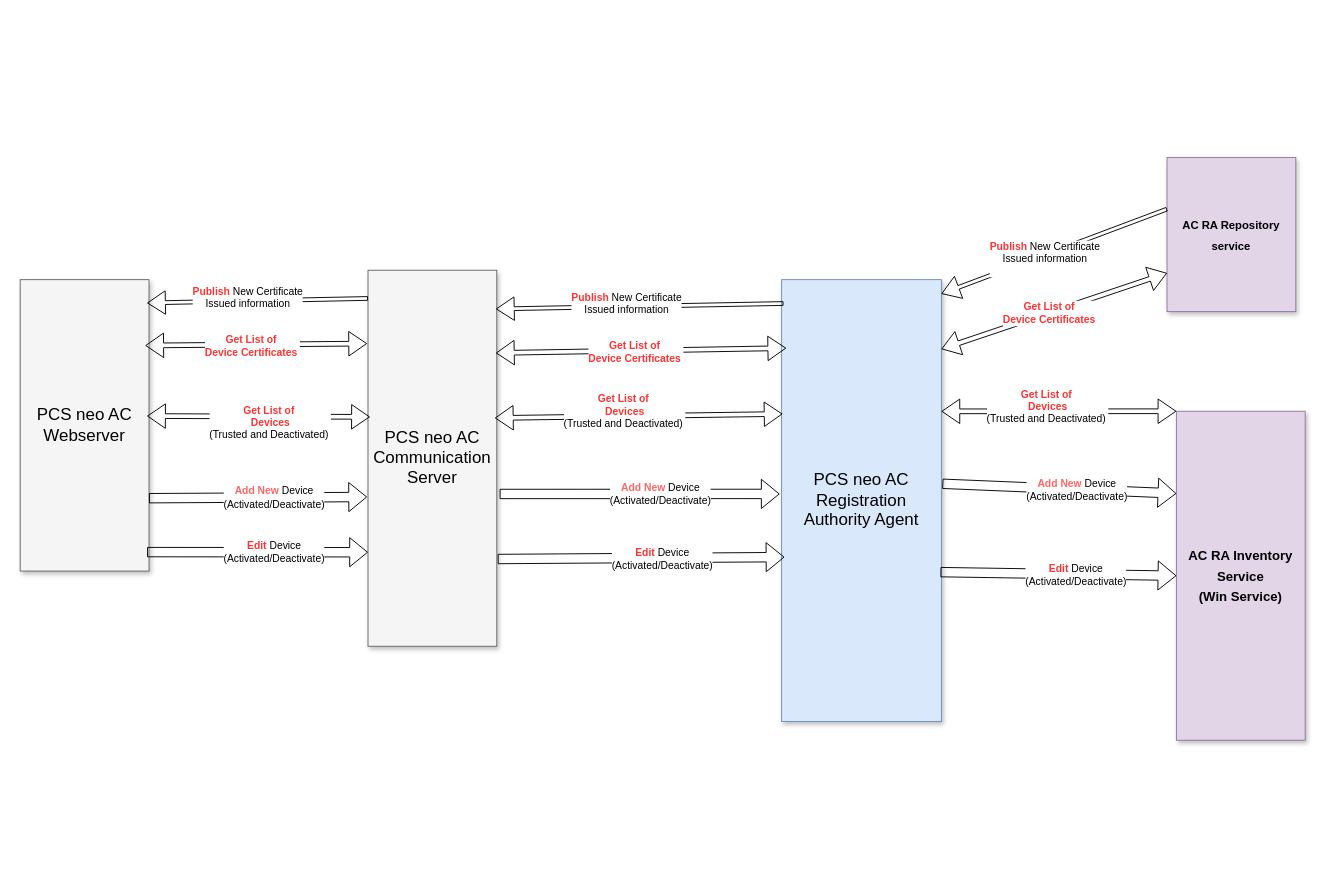
Above: PCS neo AC RA Agent.drawio in kcprad/PersonalProject (draw.io), before the change. Source tidied: cells renumbered, new cells numbered last; positions are measured from the earlier drawing's top-left corner, leaving out a move shared by most shapes. Both pictures are drawn from the tidied source at 94%, with x=0, y=0 at pixel (20, 157).
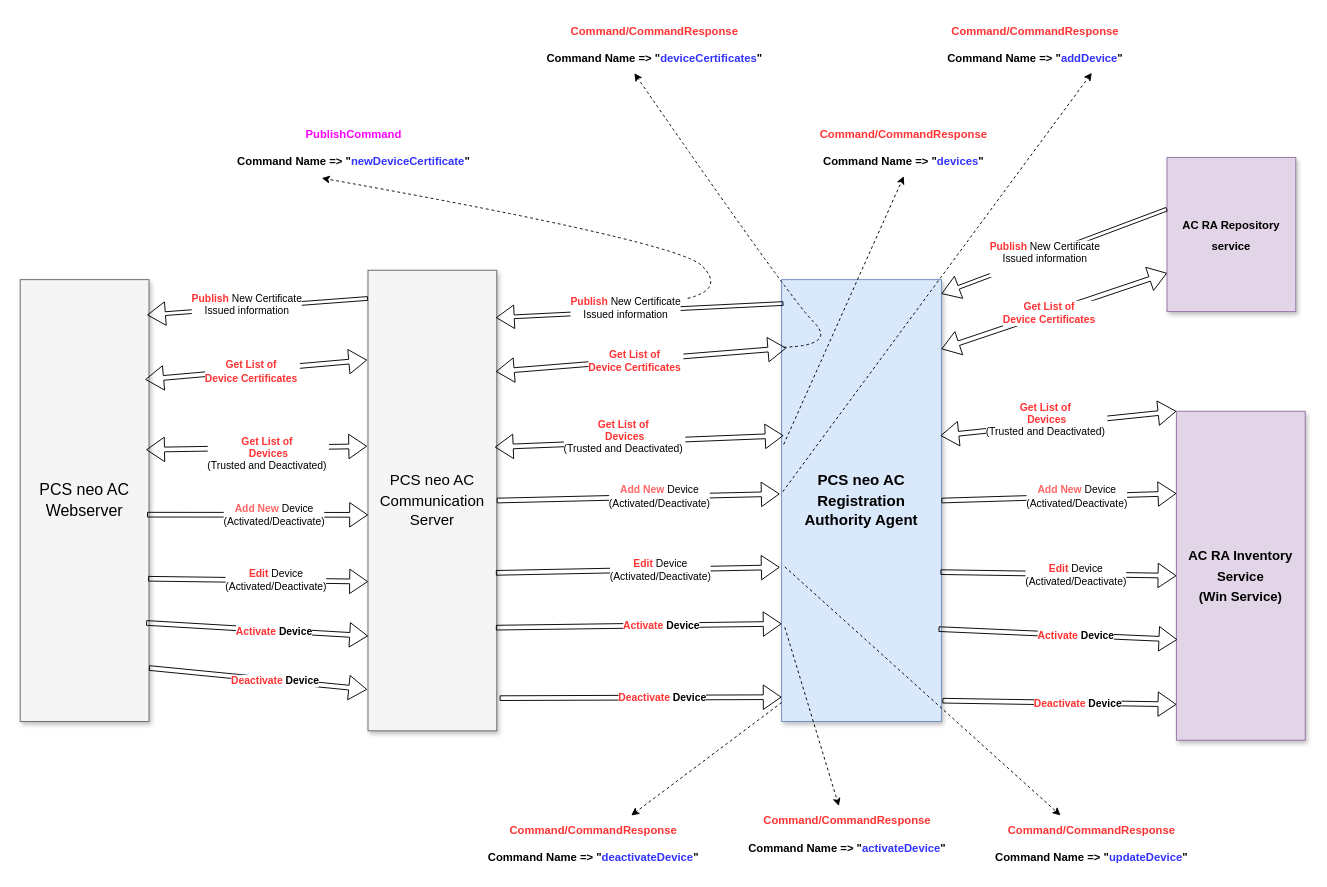
After the change.

Unchanged cells that the change refers to:
```xml
<mxCell id="5" value="&lt;div&gt;&lt;font style=&quot;font-size: 14px;&quot;&gt;&lt;b&gt;AC RA Inventory Service&lt;/b&gt;&lt;/font&gt;&lt;/div&gt;&lt;div&gt;&lt;font style=&quot;font-size: 14px;&quot;&gt;&lt;b&gt;(Win Service)&lt;/b&gt;&lt;/font&gt;&lt;/div&gt;" style="whiteSpace=wrap;html=1;shadow=1;fontSize=18;fillColor=#e1d5e7;strokeColor=#9673a6;" parent="1" vertex="1">
  <mxGeometry x="1230" y="270" width="137" height="350" as="geometry" />
</mxCell>
```

Change to the diagram source:
```diff
@@
-    <mxCell id="2" value="PCS neo AC Registration Authority Agent" style="whiteSpace=wrap;html=1;shadow=1;fontSize=18;fillColor=#dae8fc;strokeColor=#6c8ebf;" parent="1" vertex="1">
+    <mxCell id="2" value="&lt;font style=&quot;font-size: 16px;&quot;&gt;&lt;b&gt;PCS neo AC Registration Authority Agent&lt;/b&gt;&lt;/font&gt;" style="whiteSpace=wrap;html=1;shadow=1;fontSize=18;fillColor=#dae8fc;strokeColor=#6c8ebf;" parent="1" vertex="1">
       <mxGeometry x="810" y="130" width="170" height="470" as="geometry" />
     </mxCell>
-    <mxCell id="3" value="PCS neo AC Communication Server" style="whiteSpace=wrap;html=1;shadow=1;fontSize=18;fillColor=#f5f5f5;strokeColor=#666666;" parent="1" vertex="1">
-      <mxGeometry x="370" y="120" width="137" height="400" as="geometry" />
+    <mxCell id="3" value="&lt;font style=&quot;font-size: 16px;&quot;&gt;PCS neo AC Communication Server&lt;/font&gt;" style="whiteSpace=wrap;html=1;shadow=1;fontSize=18;fillColor=#f5f5f5;strokeColor=#666666;" parent="1" vertex="1">
+      <mxGeometry x="370" y="120" width="137" height="490" as="geometry" />
     </mxCell>
@@
-    <mxCell id="6" value="PCS neo AC Webserver" style="whiteSpace=wrap;html=1;shadow=1;fontSize=18;fillColor=#f5f5f5;strokeColor=#666666;" parent="1" vertex="1">
-      <mxGeometry y="130" width="137" height="310" as="geometry" />
+    <mxCell id="6" value="&lt;font style=&quot;font-size: 17px;&quot;&gt;PCS neo AC Webserver&lt;/font&gt;" style="whiteSpace=wrap;html=1;shadow=1;fontSize=18;fillColor=#f5f5f5;strokeColor=#666666;" parent="1" vertex="1">
+      <mxGeometry y="130" width="137" height="470" as="geometry" />
     </mxCell>
@@
-    <mxCell id="19" style="shape=flexArrow;endArrow=classic;startArrow=classic;html=1;rounded=0;exitX=1;exitY=0.298;exitDx=0;exitDy=0;exitPerimeter=0;width=5;entryX=0;entryY=0;entryDx=0;entryDy=0;" parent="1" edge="1" source="2" target="5">
+    <mxCell id="19" style="shape=flexArrow;endArrow=classic;startArrow=classic;html=1;rounded=0;exitX=0.994;exitY=0.353;exitDx=0;exitDy=0;exitPerimeter=0;width=5;entryX=0;entryY=0;entryDx=0;entryDy=0;" parent="1" edge="1" source="2" target="5">
       <mxGeometry relative="1" as="geometry" />
     </mxCell>
@@
-    <mxCell id="22" style="shape=flexArrow;endArrow=classic;startArrow=classic;html=1;rounded=0;width=5;entryX=0.006;entryY=0.304;entryDx=0;entryDy=0;entryPerimeter=0;exitX=0.985;exitY=0.393;exitDx=0;exitDy=0;exitPerimeter=0;" parent="1" edge="1" source="3" target="2">
+    <mxCell id="22" style="shape=flexArrow;endArrow=classic;startArrow=classic;html=1;rounded=0;width=5;entryX=0.012;entryY=0.353;entryDx=0;entryDy=0;entryPerimeter=0;exitX=0.985;exitY=0.384;exitDx=0;exitDy=0;exitPerimeter=0;" parent="1" edge="1" source="3" target="2">
       <mxGeometry relative="1" as="geometry" />
     </mxCell>
@@
-    <mxCell id="25" style="shape=flexArrow;endArrow=classic;startArrow=classic;html=1;rounded=0;width=5;entryX=0.985;entryY=0.468;entryDx=0;entryDy=0;entryPerimeter=0;exitX=0.015;exitY=0.39;exitDx=0;exitDy=0;exitPerimeter=0;" parent="1" edge="1" source="3" target="6">
+    <mxCell id="25" style="shape=flexArrow;endArrow=classic;startArrow=classic;html=1;rounded=0;width=5;entryX=0.978;entryY=0.385;entryDx=0;entryDy=0;entryPerimeter=0;exitX=-0.007;exitY=0.382;exitDx=0;exitDy=0;exitPerimeter=0;" parent="1" edge="1" source="3" target="6">
       <mxGeometry relative="1" as="geometry" />
     </mxCell>
@@
-    <mxCell id="28" style="shape=flexArrow;endArrow=classic;html=1;rounded=0;entryX=-0.007;entryY=0.603;entryDx=0;entryDy=0;entryPerimeter=0;exitX=1;exitY=0.75;exitDx=0;exitDy=0;strokeWidth=1;" parent="1" edge="1" source="6" target="3">
+    <mxCell id="28" style="shape=flexArrow;endArrow=classic;html=1;rounded=0;entryX=0;entryY=0.531;entryDx=0;entryDy=0;entryPerimeter=0;exitX=0.985;exitY=0.532;exitDx=0;exitDy=0;strokeWidth=1;exitPerimeter=0;width=5;" parent="1" edge="1" source="6" target="3">
       <mxGeometry relative="1" as="geometry" />
     </mxCell>
@@
-    <mxCell id="30" style="shape=flexArrow;endArrow=classic;html=1;rounded=0;entryX=-0.012;entryY=0.485;entryDx=0;entryDy=0;entryPerimeter=0;strokeWidth=1;" parent="1" edge="1" target="2">
-      <mxGeometry relative="1" as="geometry">
-        <mxPoint x="510" y="358" as="sourcePoint" />
-      </mxGeometry>
+    <mxCell id="30" style="shape=flexArrow;endArrow=classic;html=1;rounded=0;entryX=-0.012;entryY=0.485;entryDx=0;entryDy=0;entryPerimeter=0;strokeWidth=1;exitX=1;exitY=0.5;exitDx=0;exitDy=0;width=5;fillColor=default;" parent="1" edge="1" source="3" target="2">
+      <mxGeometry relative="1" as="geometry" />
     </mxCell>
@@
-    <mxCell id="32" style="shape=flexArrow;endArrow=classic;html=1;rounded=0;strokeWidth=1;exitX=1.006;exitY=0.462;exitDx=0;exitDy=0;exitPerimeter=0;entryX=0;entryY=0.25;entryDx=0;entryDy=0;" parent="1" edge="1" source="2" target="5">
+    <mxCell id="32" style="shape=flexArrow;endArrow=classic;html=1;rounded=0;strokeWidth=1;exitX=1;exitY=0.5;exitDx=0;exitDy=0;entryX=0;entryY=0.25;entryDx=0;entryDy=0;width=5;" parent="1" edge="1" source="2" target="5">
       <mxGeometry relative="1" as="geometry" />
     </mxCell>
@@
-    <mxCell id="34" style="shape=flexArrow;endArrow=classic;html=1;rounded=0;entryX=0;entryY=0.75;entryDx=0;entryDy=0;exitX=0.985;exitY=0.935;exitDx=0;exitDy=0;strokeWidth=1;exitPerimeter=0;" parent="1" edge="1" source="6" target="3">
+    <mxCell id="34" style="shape=flexArrow;endArrow=classic;html=1;rounded=0;entryX=0;entryY=0.676;entryDx=0;entryDy=0;strokeWidth=1;exitX=0.993;exitY=0.677;exitDx=0;exitDy=0;exitPerimeter=0;entryPerimeter=0;width=5;" parent="1" edge="1" source="6" target="3">
       <mxGeometry relative="1" as="geometry" />
     </mxCell>
@@
-    <mxCell id="36" style="shape=flexArrow;endArrow=classic;html=1;rounded=0;entryX=0.018;entryY=0.628;entryDx=0;entryDy=0;exitX=1.007;exitY=0.768;exitDx=0;exitDy=0;strokeWidth=1;exitPerimeter=0;entryPerimeter=0;" parent="1" edge="1" source="3" target="2">
+    <mxCell id="36" style="shape=flexArrow;endArrow=classic;html=1;rounded=0;entryX=-0.012;entryY=0.651;entryDx=0;entryDy=0;strokeWidth=1;entryPerimeter=0;exitX=0.993;exitY=0.657;exitDx=0;exitDy=0;exitPerimeter=0;width=5;" parent="1" edge="1" source="3" target="2">
       <mxGeometry relative="1" as="geometry" />
     </mxCell>
@@
-    <mxCell id="38" style="shape=flexArrow;endArrow=classic;html=1;rounded=0;exitX=0.994;exitY=0.662;exitDx=0;exitDy=0;strokeWidth=1;exitPerimeter=0;entryX=0;entryY=0.5;entryDx=0;entryDy=0;" parent="1" edge="1" source="2" target="5">
+    <mxCell id="38" style="shape=flexArrow;endArrow=classic;html=1;rounded=0;exitX=0.994;exitY=0.662;exitDx=0;exitDy=0;strokeWidth=1;exitPerimeter=0;entryX=0;entryY=0.5;entryDx=0;entryDy=0;width=5;" parent="1" edge="1" source="2" target="5">
       <mxGeometry relative="1" as="geometry" />
     </mxCell>
@@
+    <mxCell id="40" style="shape=flexArrow;endArrow=classic;html=1;rounded=0;entryX=0;entryY=0.794;entryDx=0;entryDy=0;strokeWidth=1;exitX=0.978;exitY=0.777;exitDx=0;exitDy=0;exitPerimeter=0;entryPerimeter=0;width=5;" parent="1" edge="1" source="6" target="3">
+      <mxGeometry relative="1" as="geometry" />
+    </mxCell>
+    <mxCell id="41" value="&lt;font&gt;&lt;b style=&quot;&quot;&gt;&lt;font style=&quot;color: rgb(255, 51, 51);&quot;&gt;Activate &lt;/font&gt;&lt;font style=&quot;color: rgb(0, 0, 0);&quot;&gt;Device&lt;/font&gt;&lt;/b&gt;&lt;/font&gt;" style="edgeLabel;html=1;align=center;verticalAlign=middle;" parent="40" vertex="1">
+      <mxGeometry x="0.15" relative="1" as="geometry" />
+    </mxCell>
+    <mxCell id="42" style="shape=flexArrow;endArrow=classic;html=1;rounded=0;entryX=-0.007;entryY=0.91;entryDx=0;entryDy=0;strokeWidth=1;exitX=1;exitY=0.879;exitDx=0;exitDy=0;exitPerimeter=0;entryPerimeter=0;width=5;" parent="1" edge="1" source="6" target="3">
+      <mxGeometry relative="1" as="geometry" />
+    </mxCell>
+    <mxCell id="43" value="&lt;font&gt;&lt;b style=&quot;&quot;&gt;&lt;font style=&quot;color: rgb(255, 51, 51);&quot;&gt;Deactivate &lt;/font&gt;&lt;font style=&quot;color: rgb(0, 0, 0);&quot;&gt;Device&lt;/font&gt;&lt;/b&gt;&lt;/font&gt;" style="edgeLabel;html=1;align=center;verticalAlign=middle;" parent="42" vertex="1">
+      <mxGeometry x="0.15" relative="1" as="geometry" />
+    </mxCell>
+    <mxCell id="44" style="shape=flexArrow;endArrow=classic;html=1;rounded=0;entryX=0;entryY=0.779;entryDx=0;entryDy=0;strokeWidth=1;exitX=0.993;exitY=0.776;exitDx=0;exitDy=0;exitPerimeter=0;entryPerimeter=0;width=5;" parent="1" edge="1" source="3" target="2">
+      <mxGeometry relative="1" as="geometry" />
+    </mxCell>
+    <mxCell id="45" value="&lt;font&gt;&lt;b style=&quot;&quot;&gt;&lt;font style=&quot;color: rgb(255, 51, 51);&quot;&gt;Activate &lt;/font&gt;&lt;font style=&quot;color: rgb(0, 0, 0);&quot;&gt;Device&lt;/font&gt;&lt;/b&gt;&lt;/font&gt;" style="edgeLabel;html=1;align=center;verticalAlign=middle;" parent="44" vertex="1">
+      <mxGeometry x="0.15" relative="1" as="geometry" />
+    </mxCell>
+    <mxCell id="46" style="shape=flexArrow;endArrow=classic;html=1;rounded=0;entryX=0.007;entryY=0.694;entryDx=0;entryDy=0;strokeWidth=1;exitX=0.982;exitY=0.791;exitDx=0;exitDy=0;exitPerimeter=0;entryPerimeter=0;width=5;" parent="1" edge="1" source="2" target="5">
+      <mxGeometry relative="1" as="geometry" />
+    </mxCell>
+    <mxCell id="47" value="&lt;font&gt;&lt;b style=&quot;&quot;&gt;&lt;font style=&quot;color: rgb(255, 51, 51);&quot;&gt;Activate &lt;/font&gt;&lt;font style=&quot;color: rgb(0, 0, 0);&quot;&gt;Device&lt;/font&gt;&lt;/b&gt;&lt;/font&gt;" style="edgeLabel;html=1;align=center;verticalAlign=middle;" parent="46" vertex="1">
+      <mxGeometry x="0.15" relative="1" as="geometry" />
+    </mxCell>
+    <mxCell id="48" style="shape=flexArrow;endArrow=classic;html=1;rounded=0;entryX=0;entryY=0.945;entryDx=0;entryDy=0;strokeWidth=1;exitX=1.022;exitY=0.929;exitDx=0;exitDy=0;exitPerimeter=0;entryPerimeter=0;width=5;" parent="1" edge="1" source="3" target="2">
+      <mxGeometry relative="1" as="geometry" />
+    </mxCell>
+    <mxCell id="49" value="&lt;font&gt;&lt;b style=&quot;&quot;&gt;&lt;font style=&quot;color: rgb(255, 51, 51);&quot;&gt;Deactivate &lt;/font&gt;&lt;font style=&quot;color: rgb(0, 0, 0);&quot;&gt;Device&lt;/font&gt;&lt;/b&gt;&lt;/font&gt;" style="edgeLabel;html=1;align=center;verticalAlign=middle;" parent="48" vertex="1">
+      <mxGeometry x="0.15" relative="1" as="geometry" />
+    </mxCell>
+    <mxCell id="50" style="shape=flexArrow;endArrow=classic;html=1;rounded=0;entryX=0;entryY=0.891;entryDx=0;entryDy=0;strokeWidth=1;entryPerimeter=0;exitX=1.006;exitY=0.953;exitDx=0;exitDy=0;exitPerimeter=0;width=5;" parent="1" edge="1" source="2" target="5">
+      <mxGeometry relative="1" as="geometry" />
+    </mxCell>
+    <mxCell id="51" value="&lt;font&gt;&lt;b style=&quot;&quot;&gt;&lt;font style=&quot;color: rgb(255, 51, 51);&quot;&gt;Deactivate &lt;/font&gt;&lt;font style=&quot;color: rgb(0, 0, 0);&quot;&gt;Device&lt;/font&gt;&lt;/b&gt;&lt;/font&gt;" style="edgeLabel;html=1;align=center;verticalAlign=middle;" parent="50" vertex="1">
+      <mxGeometry x="0.15" relative="1" as="geometry" />
+    </mxCell>
+    <mxCell id="52" value="&lt;b&gt;&lt;font style=&quot;color: rgb(255, 0, 255);&quot;&gt;PublishCommand&lt;/font&gt;&lt;/b&gt;&lt;div&gt;&lt;div&gt;&lt;b&gt;&lt;br&gt;&lt;/b&gt;&lt;/div&gt;&lt;div&gt;&lt;b&gt;Command Name =&amp;gt; &quot;&lt;font style=&quot;color: rgb(51, 51, 255);&quot;&gt;newDeviceCertificate&lt;/font&gt;&quot;&lt;/b&gt;&lt;/div&gt;&lt;/div&gt;" style="text;html=1;align=center;verticalAlign=middle;whiteSpace=wrap;rounded=0;" parent="1" vertex="1">
+      <mxGeometry x="70" y="-40" width="570" height="60" as="geometry" />
+    </mxCell>
+    <mxCell id="53" style="curved=1;endArrow=classic;html=1;rounded=0;entryX=0.44;entryY=1.033;entryDx=0;entryDy=0;entryPerimeter=0;dashed=1;" parent="1" edge="1" target="52">
+      <mxGeometry relative="1" as="geometry">
+        <mxPoint x="710" y="150" as="sourcePoint" />
+        <Array as="points">
+          <mxPoint x="750" y="140" />
+          <mxPoint x="700" y="90" />
+        </Array>
+      </mxGeometry>
+    </mxCell>
+    <mxCell id="54" style="curved=1;endArrow=classic;html=1;rounded=0;entryX=0.462;entryY=1.006;entryDx=0;entryDy=0;entryPerimeter=0;dashed=1;exitX=0.013;exitY=0.153;exitDx=0;exitDy=0;exitPerimeter=0;" parent="1" edge="1" source="2" target="55">
+      <mxGeometry relative="1" as="geometry">
+        <Array as="points">
+          <mxPoint x="869" y="200" />
+          <mxPoint x="819" y="150" />
+        </Array>
+      </mxGeometry>
+    </mxCell>
+    <mxCell id="55" value="&lt;b&gt;&lt;font style=&quot;color: rgb(255, 51, 51);&quot;&gt;Command/CommandResponse&lt;/font&gt;&lt;/b&gt;&lt;div&gt;&lt;div&gt;&lt;b&gt;&lt;br&gt;&lt;/b&gt;&lt;/div&gt;&lt;div&gt;&lt;b&gt;Command Name =&amp;gt; &quot;&lt;font style=&quot;color: rgb(51, 51, 255);&quot;&gt;deviceCertificates&lt;/font&gt;&quot;&lt;/b&gt;&lt;/div&gt;&lt;/div&gt;" style="text;html=1;align=center;verticalAlign=middle;whiteSpace=wrap;rounded=0;" parent="1" vertex="1">
+      <mxGeometry x="390" y="-150" width="570" height="60" as="geometry" />
+    </mxCell>
+    <mxCell id="56" value="&lt;b&gt;&lt;font style=&quot;color: rgb(255, 51, 51);&quot;&gt;Command/CommandResponse&lt;/font&gt;&lt;/b&gt;&lt;br&gt;&lt;div&gt;&lt;div&gt;&lt;b&gt;&lt;br&gt;&lt;/b&gt;&lt;/div&gt;&lt;div&gt;&lt;b&gt;Command Name =&amp;gt; &quot;&lt;font style=&quot;color: rgb(51, 51, 255);&quot;&gt;devices&lt;/font&gt;&quot;&lt;/b&gt;&lt;/div&gt;&lt;/div&gt;" style="text;html=1;align=center;verticalAlign=middle;whiteSpace=wrap;rounded=0;" parent="1" vertex="1">
+      <mxGeometry x="820" y="-40" width="240" height="60" as="geometry" />
+    </mxCell>
+    <mxCell id="57" value="&lt;b&gt;&lt;font style=&quot;color: rgb(255, 51, 51);&quot;&gt;Command/CommandResponse&lt;/font&gt;&lt;/b&gt;&lt;br&gt;&lt;div&gt;&lt;div&gt;&lt;b&gt;&lt;br&gt;&lt;/b&gt;&lt;/div&gt;&lt;div&gt;&lt;b&gt;Command Name =&amp;gt; &quot;&lt;font style=&quot;color: rgb(51, 51, 255);&quot;&gt;addDevice&lt;/font&gt;&quot;&lt;/b&gt;&lt;/div&gt;&lt;/div&gt;" style="text;html=1;align=center;verticalAlign=middle;whiteSpace=wrap;rounded=0;" parent="1" vertex="1">
+      <mxGeometry x="960" y="-150" width="240" height="60" as="geometry" />
+    </mxCell>
+    <mxCell id="58" style="endArrow=classic;html=1;rounded=0;entryX=0.75;entryY=1;entryDx=0;entryDy=0;exitX=0.007;exitY=0.48;exitDx=0;exitDy=0;exitPerimeter=0;dashed=1;" parent="1" edge="1" source="2" target="57">
+      <mxGeometry relative="1" as="geometry" />
+    </mxCell>
+    <mxCell id="59" style="endArrow=classic;html=1;rounded=0;exitX=0.02;exitY=0.65;exitDx=0;exitDy=0;exitPerimeter=0;dashed=1;" parent="1" edge="1" source="2" target="60">
+      <mxGeometry relative="1" as="geometry" />
+    </mxCell>
+    <mxCell id="60" value="&lt;b&gt;&lt;font style=&quot;color: rgb(255, 51, 51);&quot;&gt;Command/CommandResponse&lt;/font&gt;&lt;/b&gt;&lt;br&gt;&lt;div&gt;&lt;div&gt;&lt;b&gt;&lt;br&gt;&lt;/b&gt;&lt;/div&gt;&lt;div&gt;&lt;b&gt;Command Name =&amp;gt; &quot;&lt;font style=&quot;color: rgb(51, 51, 255);&quot;&gt;updateDevice&lt;/font&gt;&quot;&lt;/b&gt;&lt;/div&gt;&lt;/div&gt;" style="text;html=1;align=center;verticalAlign=middle;whiteSpace=wrap;rounded=0;" parent="1" vertex="1">
+      <mxGeometry x="1020" y="700" width="240" height="60" as="geometry" />
+    </mxCell>
+    <mxCell id="61" style="endArrow=classic;html=1;rounded=0;exitX=0.02;exitY=0.787;exitDx=0;exitDy=0;exitPerimeter=0;dashed=1;" parent="1" edge="1" source="2" target="62">
+      <mxGeometry relative="1" as="geometry" />
+    </mxCell>
+    <mxCell id="62" value="&lt;b&gt;&lt;font style=&quot;color: rgb(255, 51, 51);&quot;&gt;Command/CommandResponse&lt;/font&gt;&lt;/b&gt;&lt;br&gt;&lt;div&gt;&lt;div&gt;&lt;b&gt;&lt;br&gt;&lt;/b&gt;&lt;/div&gt;&lt;div&gt;&lt;b&gt;Command Name =&amp;gt; &quot;&lt;font style=&quot;color: rgb(51, 51, 255);&quot;&gt;activateDevice&lt;/font&gt;&quot;&lt;/b&gt;&lt;/div&gt;&lt;/div&gt;" style="text;html=1;align=center;verticalAlign=middle;whiteSpace=wrap;rounded=0;" parent="1" vertex="1">
+      <mxGeometry x="760" y="690" width="240" height="60" as="geometry" />
+    </mxCell>
+    <mxCell id="63" style="endArrow=classic;html=1;rounded=0;exitX=0.001;exitY=0.957;exitDx=0;exitDy=0;exitPerimeter=0;dashed=1;" parent="1" edge="1" source="2" target="64">
+      <mxGeometry relative="1" as="geometry" />
+    </mxCell>
+    <mxCell id="64" value="&lt;b&gt;&lt;font style=&quot;color: rgb(255, 51, 51);&quot;&gt;Command/CommandResponse&lt;/font&gt;&lt;/b&gt;&lt;br&gt;&lt;div&gt;&lt;div&gt;&lt;b&gt;&lt;br&gt;&lt;/b&gt;&lt;/div&gt;&lt;div&gt;&lt;b&gt;Command Name =&amp;gt; &quot;&lt;font style=&quot;color: rgb(51, 51, 255);&quot;&gt;deactivateDevice&lt;/font&gt;&quot;&lt;/b&gt;&lt;/div&gt;&lt;/div&gt;" style="text;html=1;align=center;verticalAlign=middle;whiteSpace=wrap;rounded=0;" parent="1" vertex="1">
+      <mxGeometry x="490" y="700" width="240" height="60" as="geometry" />
+    </mxCell>
+    <mxCell id="65" style="endArrow=classic;html=1;rounded=0;entryX=0.5;entryY=1;entryDx=0;entryDy=0;exitX=0.013;exitY=0.373;exitDx=0;exitDy=0;exitPerimeter=0;dashed=1;" parent="1" edge="1" source="2" target="56">
+      <mxGeometry relative="1" as="geometry" />
+    </mxCell>
```
